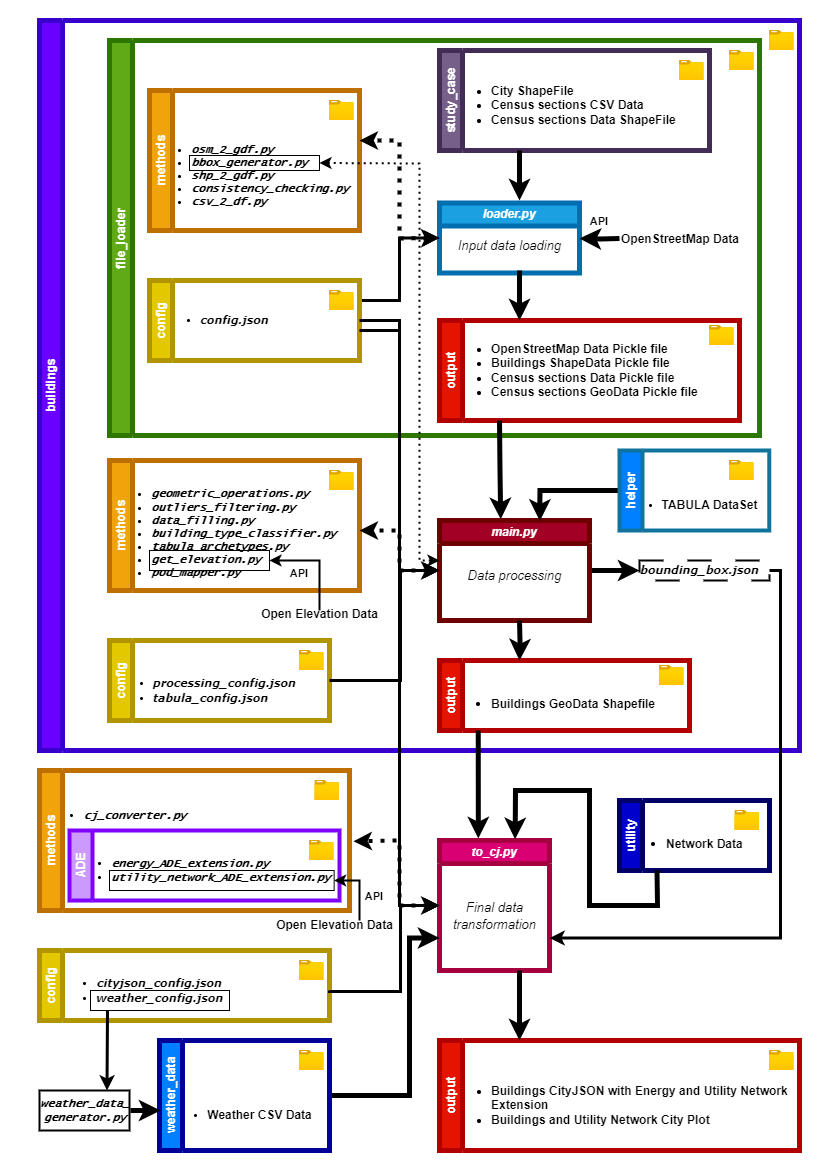
Above: pipeline_diagram.png in ElTure97/A-standardised-GIS-based-tool-to-automate-urban-scenario-making (draw.io), before the change. Source tidied: cells renumbered, new cells last; positions are measured from the earlier drawing's top-left corner, leaving out a move shared by most shapes.
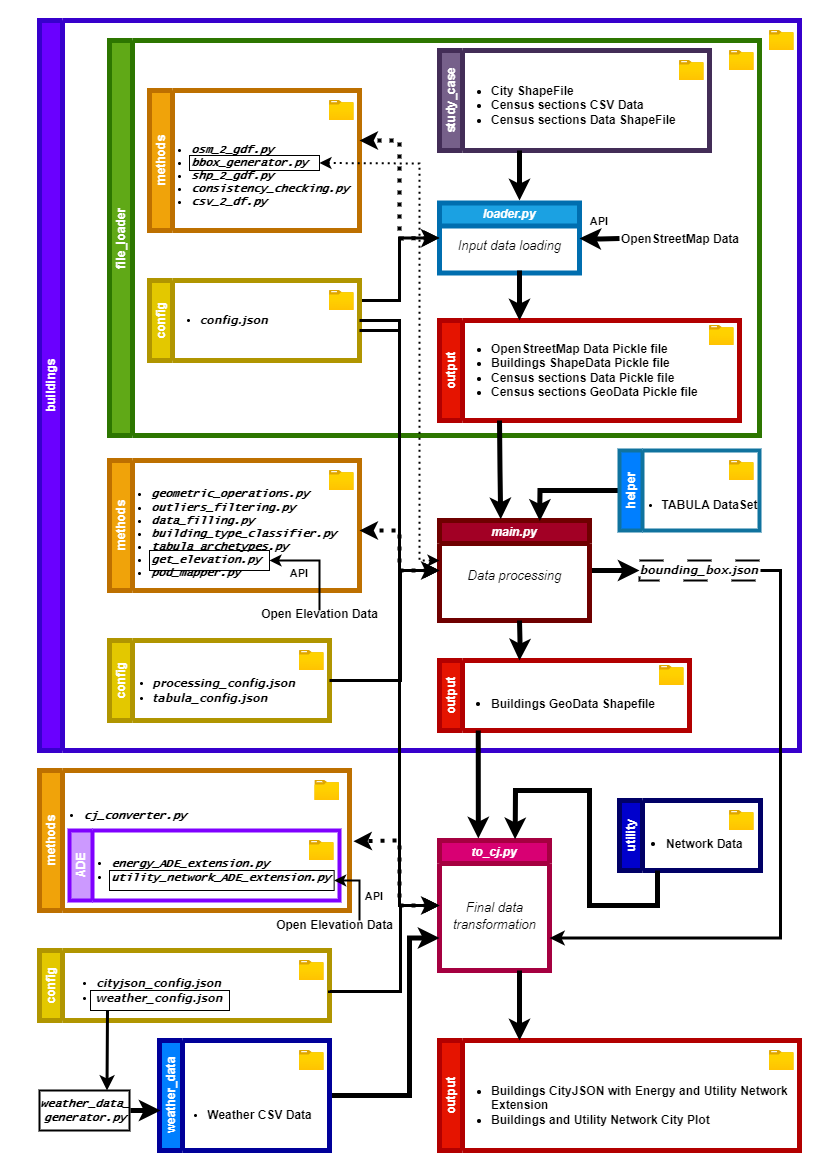
The same diagram one commit later.

What changed in the source:
```diff
@@ -178,16 +178,16 @@
       <mxGeometry relative="1" as="geometry" />
     </mxCell>
     <mxCell id="48" value="helper" style="swimlane;horizontal=0;whiteSpace=wrap;html=1;fillColor=#007FFF;strokeColor=#10739e;fontColor=#FFFFFF;strokeWidth=4;" parent="4" vertex="1">
-      <mxGeometry x="580" y="430" width="149.6" height="80" as="geometry" />
+      <mxGeometry x="580" y="430" width="140" height="80" as="geometry" />
     </mxCell>
     <mxCell id="49" style="image;html=1;align=center;fontSize=12;image=img/lib/azure2/general/Folder_Blank.svg;" parent="48" vertex="1">
       <mxGeometry x="110" y="10" width="24.6" height="20" as="geometry" />
     </mxCell>
     <mxCell id="50" value="&lt;ul&gt;&lt;li&gt;&lt;span style=&quot;font-style: normal;&quot;&gt;&lt;font face=&quot;Helvetica&quot; style=&quot;font-size: 12px;&quot;&gt;TABULA DataSet&lt;/font&gt;&lt;/span&gt;&lt;/li&gt;&lt;/ul&gt;" style="text;html=1;align=center;verticalAlign=middle;strokeColor=none;fillColor=none;fontStyle=3;fontFamily=Lucida Console;fontSize=11;" parent="48" vertex="1">
-      <mxGeometry x="-10.4" y="30" width="160" height="50" as="geometry" />
+      <mxGeometry x="-10" y="30" width="160" height="50" as="geometry" />
     </mxCell>
     <mxCell id="51" style="rounded=0;whiteSpace=wrap;html=1;fillColor=none;dashed=1;dashPattern=12 12;fontFamily=Verdana;strokeWidth=2;" parent="4" vertex="1">
-      <mxGeometry x="600" y="540" width="130" height="20" as="geometry" />
+      <mxGeometry x="600" y="540" width="120" height="20" as="geometry" />
     </mxCell>
     <mxCell id="52" value="methods" style="swimlane;horizontal=0;whiteSpace=wrap;html=1;fillColor=#f0a30a;fontColor=#FFFFFF;strokeColor=#BD7000;strokeWidth=5;" parent="1" vertex="1">
       <mxGeometry x="10" y="750" width="310" height="140" as="geometry" />
@@ -355,8 +355,9 @@
     <mxCell id="87" style="rounded=0;whiteSpace=wrap;html=1;fillColor=none;strokeWidth=2;" parent="1" vertex="1">
       <mxGeometry x="10" y="1070" width="90" height="40" as="geometry" />
     </mxCell>
-    <mxCell id="88" style="edgeStyle=orthogonalEdgeStyle;rounded=0;jettySize=auto;html=1;strokeWidth=3;entryX=1;entryY=0.75;entryDx=0;entryDy=0;" parent="1" edge="1" source="46" target="2">
+    <mxCell id="88" style="edgeStyle=orthogonalEdgeStyle;rounded=0;jettySize=auto;html=1;strokeWidth=3;entryX=1;entryY=0.75;entryDx=0;entryDy=0;" parent="1" edge="1" target="2">
       <mxGeometry relative="1" as="geometry">
+        <mxPoint x="731" y="550" as="sourcePoint" />
         <Array as="points">
           <mxPoint x="751" y="550" />
           <mxPoint x="751" y="918" />
@@ -364,16 +365,17 @@
       </mxGeometry>
     </mxCell>
     <mxCell id="89" value="&lt;font color=&quot;#ffffff&quot;&gt;utility&lt;/font&gt;" style="swimlane;horizontal=0;whiteSpace=wrap;html=1;fillColor=#0000CC;strokeWidth=5;strokeColor=#000066;" parent="1" vertex="1">
-      <mxGeometry x="590" y="780" width="150" height="70" as="geometry" />
+      <mxGeometry x="590" y="780" width="141" height="70" as="geometry" />
     </mxCell>
     <mxCell id="90" style="image;html=1;align=center;fontSize=12;image=img/lib/azure2/general/Folder_Blank.svg;" parent="89" vertex="1">
-      <mxGeometry x="115.4" y="10" width="24.6" height="20" as="geometry" />
+      <mxGeometry x="110" y="10" width="24.6" height="20" as="geometry" />
     </mxCell>
     <mxCell id="91" value="&lt;ul&gt;&lt;li style=&quot;&quot;&gt;&lt;font style=&quot;font-size: 12px;&quot;&gt;Network Data&lt;/font&gt;&lt;/li&gt;&lt;/ul&gt;" style="text;html=1;align=left;verticalAlign=middle;whiteSpace=wrap;rounded=0;fontStyle=1;fontSize=14;" parent="89" vertex="1">
-      <mxGeometry x="4.6" y="15" width="130" height="55" as="geometry" />
+      <mxGeometry x="4.7" y="15" width="125.3" height="55" as="geometry" />
     </mxCell>
-    <mxCell id="92" style="endArrow=classic;html=1;rounded=0;entryX=0.687;entryY=-0.009;entryDx=0;entryDy=0;entryPerimeter=0;exitX=0.25;exitY=1;exitDx=0;exitDy=0;strokeWidth=5;" parent="1" edge="1" source="89" target="2">
+    <mxCell id="92" style="endArrow=classic;html=1;rounded=0;entryX=0.687;entryY=-0.009;entryDx=0;entryDy=0;entryPerimeter=0;strokeWidth=5;" parent="1" edge="1" target="2">
       <mxGeometry relative="1" as="geometry">
+        <mxPoint x="628" y="850" as="sourcePoint" />
         <Array as="points">
           <mxPoint x="628" y="885" />
           <mxPoint x="560" y="885" />
```
